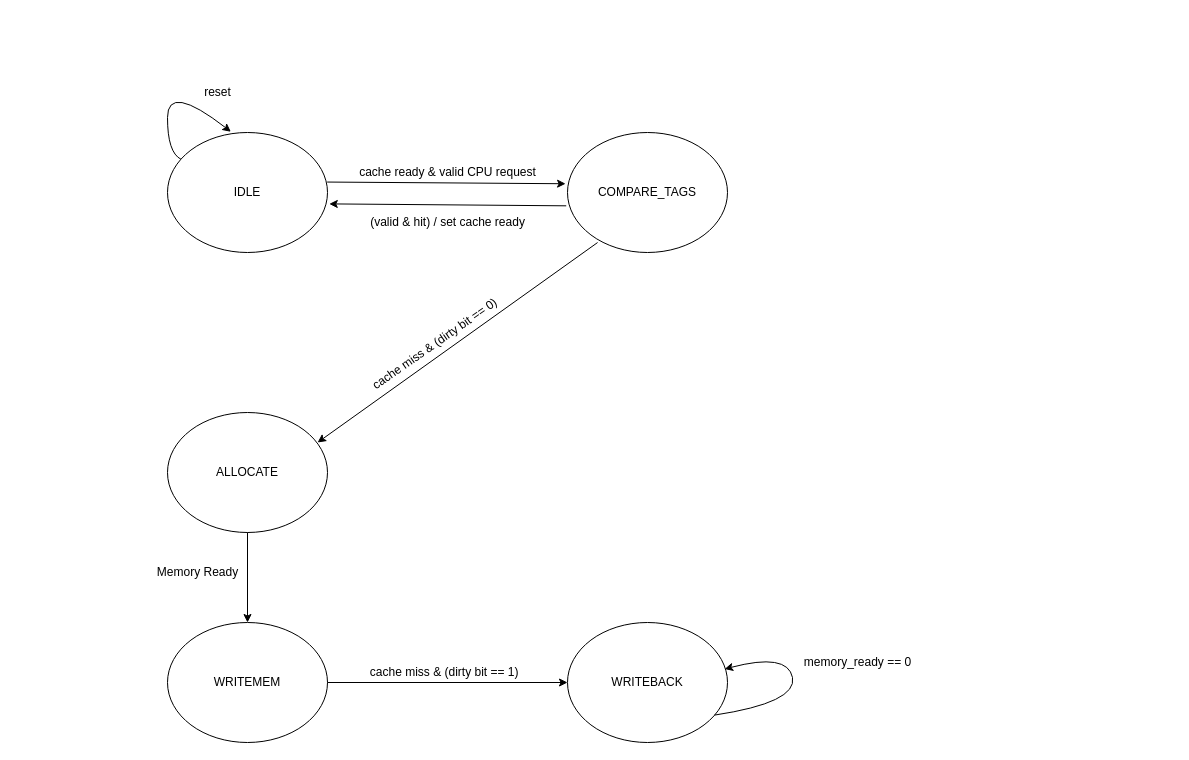
This is direct-mapped caches FSM.drawio from joshmeiyb/ECE552, a draw.io file, before an edit. Source tidied: cells renumbered, new cells numbered last; positions are measured from the earlier drawing's top-left corner, leaving out a move shared by most shapes. Both pictures are drawn from the tidied source at 100%, with x=0, y=0 at pixel (147, 82).
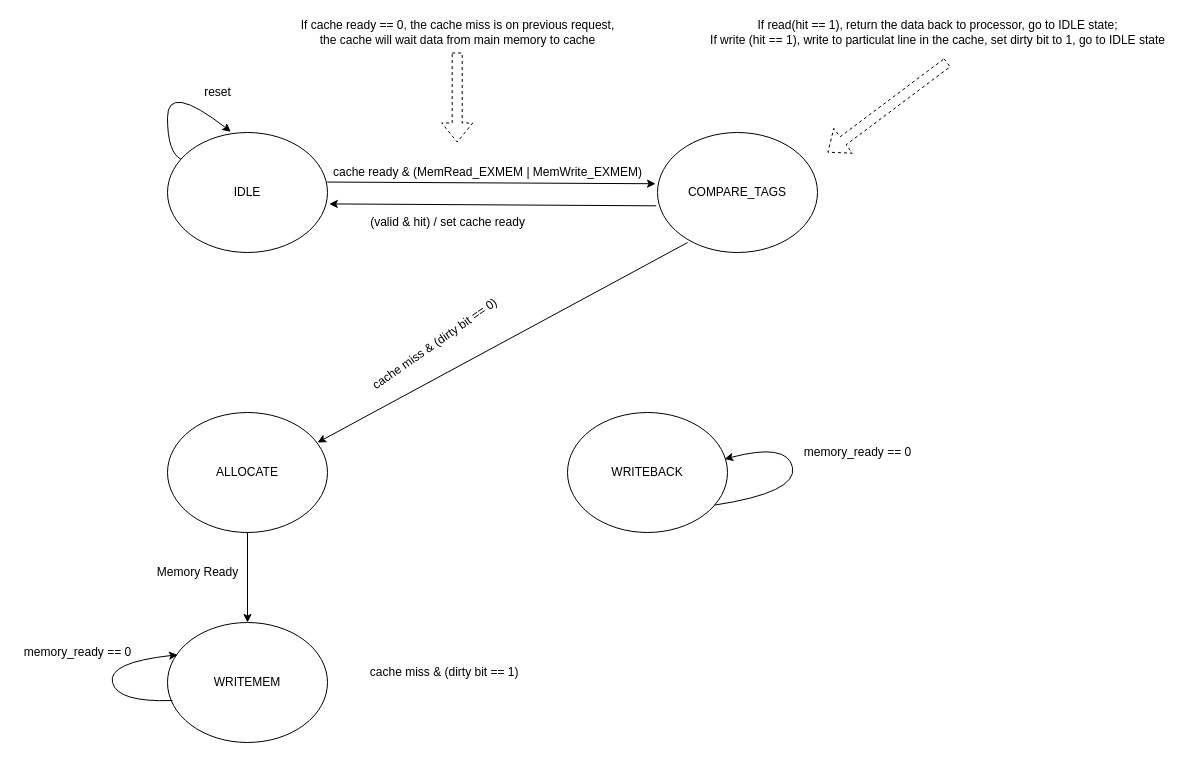
The same diagram, later.

The change refers to these unchanged cells:
```xml
<mxCell id="14" value="WRITEMEM" style="ellipse;whiteSpace=wrap;html=1;" parent="1" vertex="1">
  <mxGeometry x="20" y="540" width="160" height="120" as="geometry" />
</mxCell>
```

Change to the diagram source:
```diff
@@
     <mxCell id="3" value="COMPARE_TAGS" style="ellipse;whiteSpace=wrap;html=1;" parent="1" vertex="1">
-      <mxGeometry x="420" y="50" width="160" height="120" as="geometry" />
+      <mxGeometry x="510" y="50" width="160" height="120" as="geometry" />
     </mxCell>
@@
-    <mxCell id="8" value="cache ready &amp;amp; valid CPU request" style="text;html=1;align=center;verticalAlign=middle;strokeColor=none;fillColor=none;" parent="1" vertex="1">
-      <mxGeometry x="205" y="80" width="190" height="20" as="geometry" />
+    <mxCell id="8" value="cache ready &amp;amp; (MemRead_EXMEM | MemWrite_EXMEM)" style="text;html=1;align=center;verticalAlign=middle;strokeColor=none;fillColor=none;" parent="1" vertex="1">
+      <mxGeometry x="180" y="80" width="320" height="20" as="geometry" />
     </mxCell>
@@
     <mxCell id="15" value="WRITEBACK" style="ellipse;whiteSpace=wrap;html=1;" parent="1" vertex="1">
-      <mxGeometry x="420" y="540" width="160" height="120" as="geometry" />
+      <mxGeometry x="420" y="330" width="160" height="120" as="geometry" />
     </mxCell>
@@
     <mxCell id="17" style="curved=1;endArrow=classic;html=1;rounded=0;entryX=0.982;entryY=0.388;entryDx=0;entryDy=0;entryPerimeter=0;exitX=0.918;exitY=0.772;exitDx=0;exitDy=0;exitPerimeter=0;" parent="1" edge="1" source="15" target="15">
       <mxGeometry relative="1" as="geometry">
         <Array as="points">
-          <mxPoint x="650" y="620" />
-          <mxPoint x="640" y="570" />
+          <mxPoint x="650" y="410" />
+          <mxPoint x="640" y="360" />
         </Array>
       </mxGeometry>
     </mxCell>
@@
     <mxCell id="19" value="memory_ready == 0" style="text;html=1;align=center;verticalAlign=middle;strokeColor=none;fillColor=none;" parent="1" vertex="1">
-      <mxGeometry x="650" y="570" width="120" height="20" as="geometry" />
+      <mxGeometry x="650" y="360" width="120" height="20" as="geometry" />
     </mxCell>
-    <mxCell id="20" style="endArrow=classic;html=1;rounded=0;exitX=1;exitY=0.5;exitDx=0;exitDy=0;entryX=0;entryY=0.5;entryDx=0;entryDy=0;" parent="1" edge="1" source="14" target="15">
-      <mxGeometry relative="1" as="geometry" />
-    </mxCell>
+    <mxCell id="21" style="curved=1;endArrow=classic;html=1;rounded=0;exitX=0.031;exitY=0.65;exitDx=0;exitDy=0;exitPerimeter=0;entryX=0.063;entryY=0.269;entryDx=0;entryDy=0;entryPerimeter=0;" parent="1" edge="1" source="14" target="14">
+      <mxGeometry relative="1" as="geometry">
+        <Array as="points">
+          <mxPoint x="-30" y="620" />
+          <mxPoint x="-40" y="580" />
+        </Array>
+      </mxGeometry>
+    </mxCell>
+    <mxCell id="22" value="memory_ready == 0" style="text;html=1;align=center;verticalAlign=middle;strokeColor=none;fillColor=none;" parent="1" vertex="1">
+      <mxGeometry x="-130" y="560" width="120" height="20" as="geometry" />
+    </mxCell>
+    <mxCell id="23" value="If cache ready == 0, the cache miss is on previous request,&lt;br&gt;the cache will wait data from main memory to cache" style="text;html=1;align=center;verticalAlign=middle;strokeColor=none;fillColor=none;" parent="1" vertex="1">
+      <mxGeometry x="145" y="-65" width="330" height="30" as="geometry" />
+    </mxCell>
+    <mxCell id="24" value="If read(hit == 1), return the data back to processor, go to IDLE state;&lt;br&gt;If write (hit == 1), write to particulat line in the cache, set dirty bit to 1, go to IDLE state" style="text;html=1;align=center;verticalAlign=middle;strokeColor=none;fillColor=none;" parent="1" vertex="1">
+      <mxGeometry x="555" y="-65" width="470" height="30" as="geometry" />
+    </mxCell>
+    <mxCell id="25" style="shape=flexArrow;endArrow=classic;html=1;rounded=0;dashed=1;" parent="1" edge="1">
+      <mxGeometry relative="1" as="geometry">
+        <mxPoint x="800" y="-20" as="sourcePoint" />
+        <mxPoint x="680" y="70" as="targetPoint" />
+      </mxGeometry>
+    </mxCell>
+    <mxCell id="26" style="shape=flexArrow;endArrow=classic;html=1;rounded=0;dashed=1;" parent="1" edge="1">
+      <mxGeometry relative="1" as="geometry">
+        <mxPoint x="309.7" y="-30" as="sourcePoint" />
+        <mxPoint x="309.7" y="60" as="targetPoint" />
+      </mxGeometry>
+    </mxCell>
```
